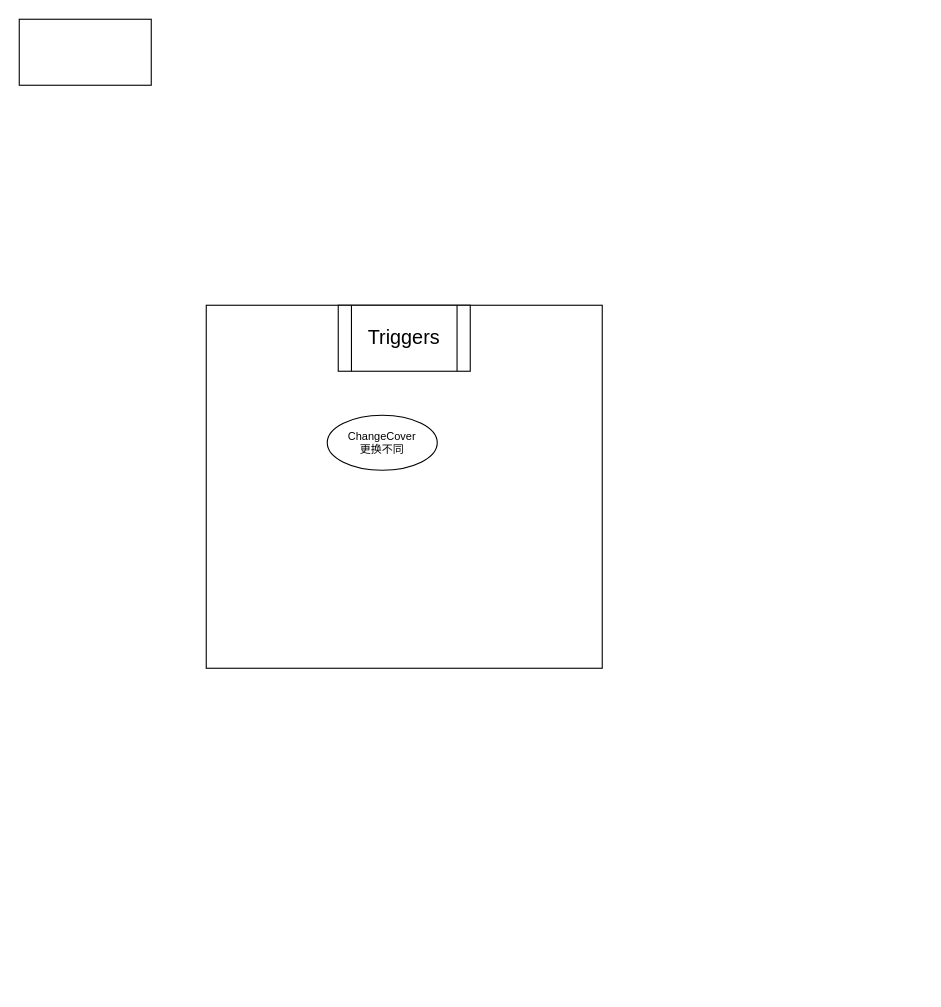
Before: Untitled Diagram.drawio in LKaiGuo/CubeXGame, a draw.io diagram. Source tidied: cells renumbered, new cells numbered last; positions are measured from the earlier drawing's top-left corner, leaving out a move shared by most shapes. Both pictures are drawn from the tidied source at 110%, with x=0, y=0 at pixel (19, 19).
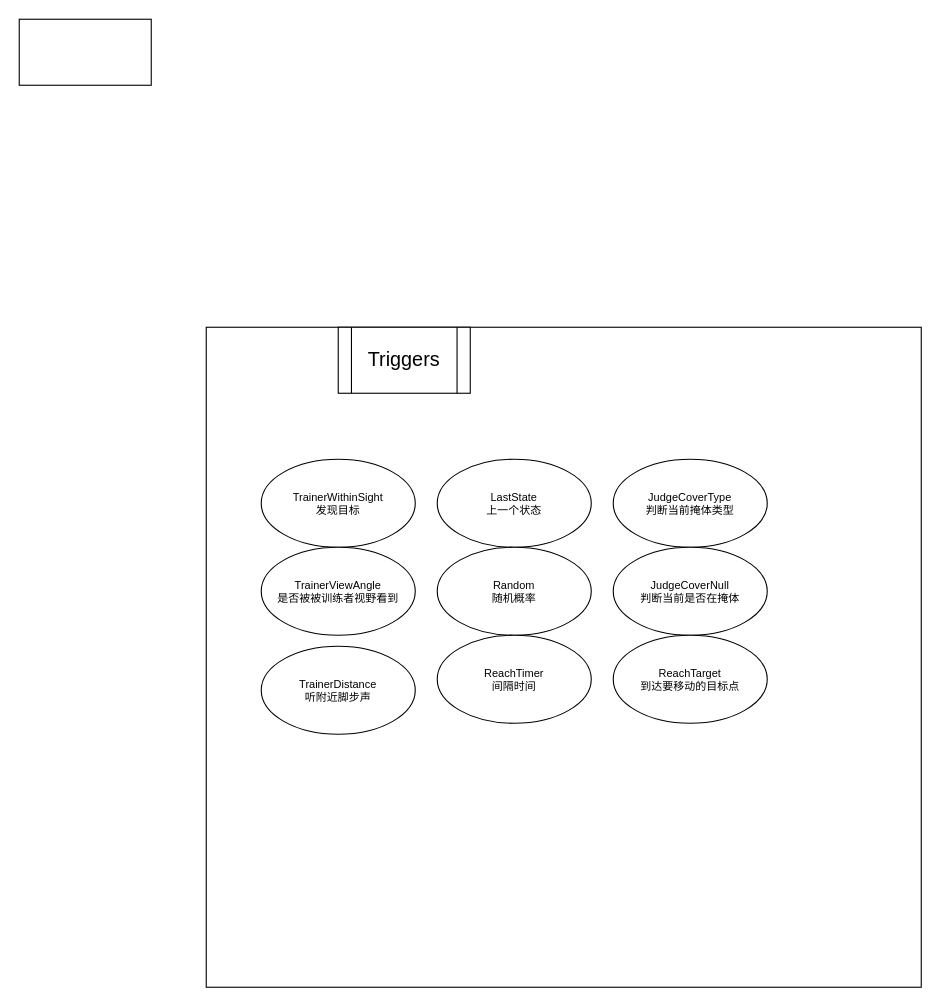
The same diagram, later.

Diff of the diagram source:
```diff
@@
 <mxGraphModel>
   <root>
     <mxCell id="0" />
     <mxCell id="1" parent="0" />
     <mxCell id="2" style="rounded=0;whiteSpace=wrap;html=1;" parent="1" vertex="1">
       <mxGeometry width="120" height="60" as="geometry" />
     </mxCell>
     <mxCell id="3" style="group;" parent="1" vertex="1">
-      <mxGeometry x="170" y="260" width="360" height="330" as="geometry" />
+      <mxGeometry x="170" y="280" width="650" height="600" as="geometry" />
     </mxCell>
     <mxCell id="4" style="rounded=0;whiteSpace=wrap;html=1;" parent="3" vertex="1">
-      <mxGeometry width="360" height="330" as="geometry" />
+      <mxGeometry width="650" height="600" as="geometry" />
     </mxCell>
     <mxCell id="5" value="Triggers" style="shape=process;whiteSpace=wrap;html=1;backgroundOutline=1;fontSize=18;" parent="3" vertex="1">
       <mxGeometry x="120" width="120" height="60" as="geometry" />
     </mxCell>
-    <mxCell id="6" value="ChangeCover&lt;br&gt;更换不同" style="ellipse;whiteSpace=wrap;html=1;fontSize=10;" parent="3" vertex="1">
-      <mxGeometry x="110" y="100" width="100" height="50" as="geometry" />
+    <mxCell id="6" value="&lt;span style=&quot;font-size: 10px&quot;&gt;TrainerWithinSight&lt;/span&gt;&lt;br&gt;&lt;span style=&quot;font-size: 10px&quot;&gt;发现目标&lt;/span&gt;" style="ellipse;whiteSpace=wrap;html=1;fontSize=10;" parent="3" vertex="1">
+      <mxGeometry x="50" y="120" width="140" height="80" as="geometry" />
     </mxCell>
+    <mxCell id="7" value="&lt;span style=&quot;font-size: 10px&quot;&gt;TrainerViewAngle&lt;br&gt;是否被被训练者视野看到&lt;br&gt;&lt;/span&gt;" style="ellipse;whiteSpace=wrap;html=1;fontSize=10;" parent="3" vertex="1">
+      <mxGeometry x="50" y="200" width="140" height="80" as="geometry" />
+    </mxCell>
+    <mxCell id="8" value="&lt;span style=&quot;font-size: 10px&quot;&gt;TrainerDistance&lt;/span&gt;&lt;br&gt;听附近脚步声" style="ellipse;whiteSpace=wrap;html=1;fontSize=10;" parent="3" vertex="1">
+      <mxGeometry x="50" y="290" width="140" height="80" as="geometry" />
+    </mxCell>
+    <mxCell id="9" value="&lt;span style=&quot;font-size: 10px&quot;&gt;LastState&lt;br&gt;&lt;/span&gt;上一个状态" style="ellipse;whiteSpace=wrap;html=1;fontSize=10;" parent="3" vertex="1">
+      <mxGeometry x="210" y="120" width="140" height="80" as="geometry" />
+    </mxCell>
+    <mxCell id="10" value="&lt;span style=&quot;font-size: 10px&quot;&gt;JudgeCoverType&lt;br&gt;判断当前掩体类型&lt;br&gt;&lt;/span&gt;" style="ellipse;whiteSpace=wrap;html=1;fontSize=10;" parent="3" vertex="1">
+      <mxGeometry x="370" y="120" width="140" height="80" as="geometry" />
+    </mxCell>
+    <mxCell id="11" value="&lt;span style=&quot;font-size: 10px&quot;&gt;JudgeCoverNull&lt;br&gt;&lt;/span&gt;判断当前是否在掩体" style="ellipse;whiteSpace=wrap;html=1;fontSize=10;" parent="3" vertex="1">
+      <mxGeometry x="370" y="200" width="140" height="80" as="geometry" />
+    </mxCell>
+    <mxCell id="12" value="&lt;span style=&quot;font-size: 10px&quot;&gt;Random&lt;br&gt;随机概率&lt;br&gt;&lt;/span&gt;" style="ellipse;whiteSpace=wrap;html=1;fontSize=10;" parent="3" vertex="1">
+      <mxGeometry x="210" y="200" width="140" height="80" as="geometry" />
+    </mxCell>
+    <mxCell id="13" value="&lt;span style=&quot;font-size: 10px&quot;&gt;ReachTimer&lt;br&gt;&lt;/span&gt;间隔时间" style="ellipse;whiteSpace=wrap;html=1;fontSize=10;" parent="3" vertex="1">
+      <mxGeometry x="210" y="280" width="140" height="80" as="geometry" />
+    </mxCell>
+    <mxCell id="14" value="&lt;span style=&quot;font-size: 10px&quot;&gt;ReachTarget&lt;br&gt;到达要移动的目标点&lt;br&gt;&lt;/span&gt;" style="ellipse;whiteSpace=wrap;html=1;fontSize=10;" parent="3" vertex="1">
+      <mxGeometry x="370" y="280" width="140" height="80" as="geometry" />
+    </mxCell>
   </root>
 </mxGraphModel>
```
